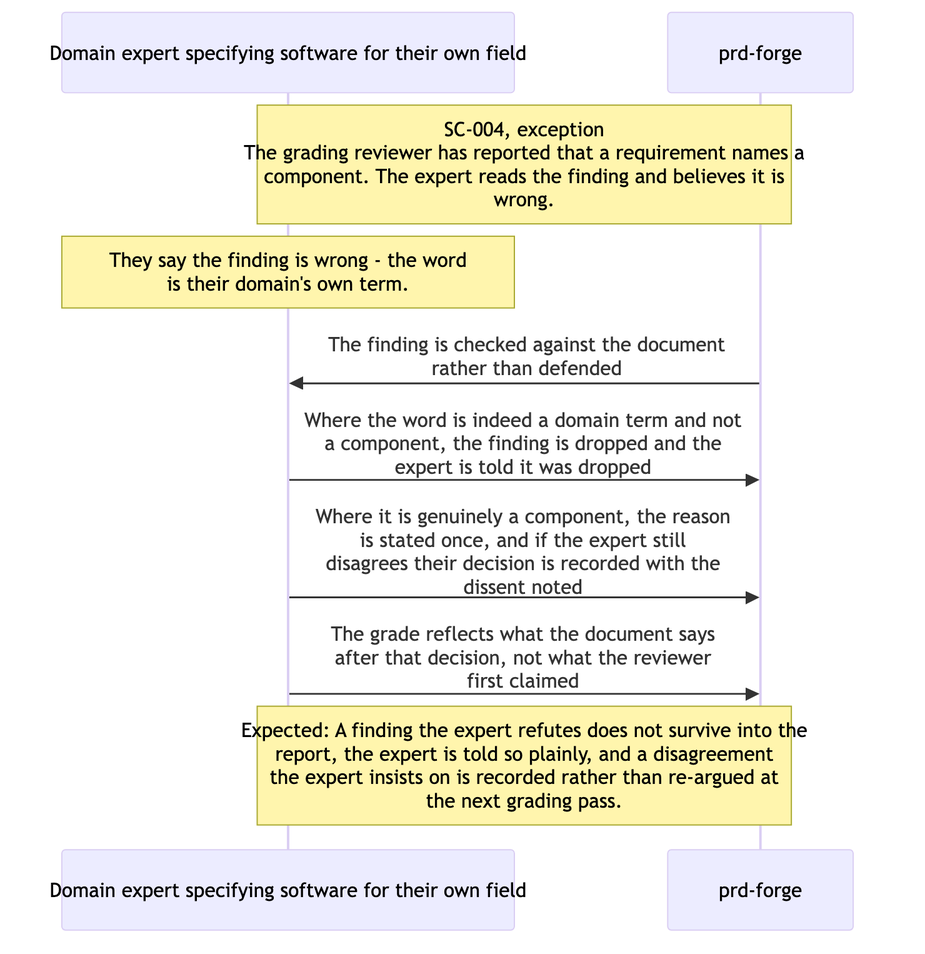
SpillwaveSolutions/prd-forge keeps this Mermaid diagram as docs/prd/prd-forge/diagrams/SC-004.png. Above is the earlier version. Its source is kept beside it as docs/prd/prd-forge/diagrams/SC-004.mmd.
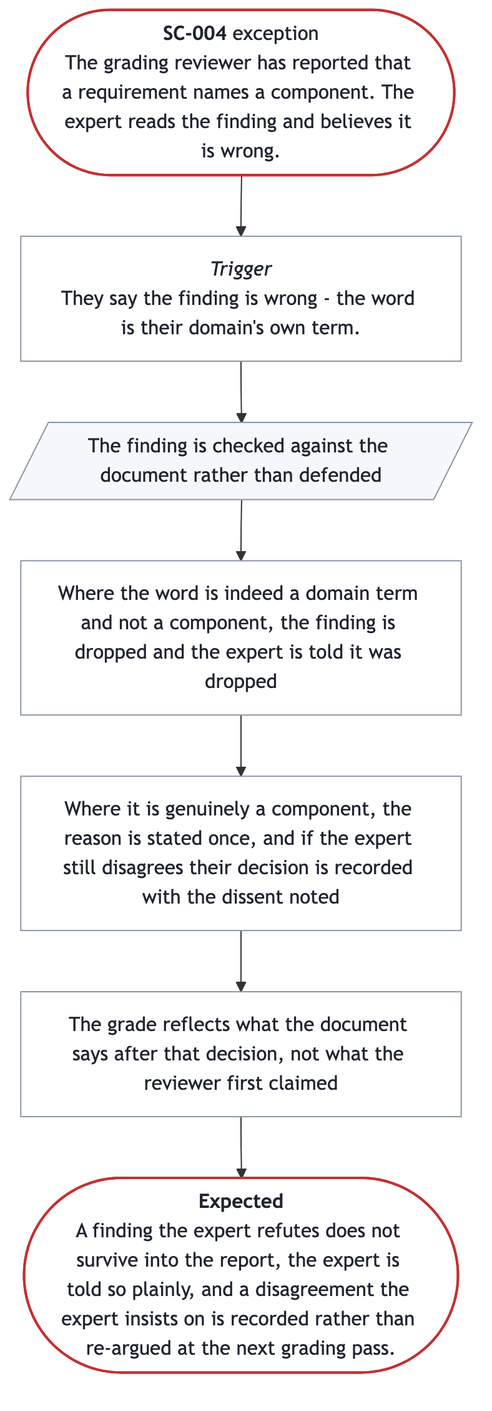
Later version of the same file.

Diff of the diagram source:
```diff
@@ -1,10 +1,19 @@
-sequenceDiagram
-  participant P as Domain expert specifying software for their own field
-  participant S as prd-forge
-  Note over P,S: SC-004, exception<br/>The grading reviewer has reported that a requirement names a<br/>component. The expert reads the finding and believes it is<br/>wrong.
-  Note over P: They say the finding is wrong - the word<br/>is their domain's own term.
-  S->>P: The finding is checked against the document<br/>rather than defended
-  P->>S: Where the word is indeed a domain term and not<br/>a component, the finding is dropped and the<br/>expert is told it was dropped
-  P->>S: Where it is genuinely a component, the reason<br/>is stated once, and if the expert still<br/>disagrees their decision is recorded with the<br/>dissent noted
-  P->>S: The grade reflects what the document says<br/>after that decision, not what the reviewer<br/>first claimed
-  Note over P,S: Expected: A finding the expert refutes does not survive into the<br/>report, the expert is told so plainly, and a disagreement<br/>the expert insists on is recorded rather than re-argued at<br/>the next grading pass.
+%%{init: {"flowchart": {"wrappingWidth": 300}}}%%
+flowchart TB
+  start(["<b>SC-004</b> exception<br/>The grading reviewer has reported that a requirement names a component. The expert reads the finding and believes it is wrong."])
+  trigger["<i>Trigger</i><br/>They say the finding is wrong - the word is their domain's own term."]
+  s0[/"The finding is checked against the document rather than defended"/]
+  s1["Where the word is indeed a domain term and not a component, the finding is dropped and the expert is told it was dropped"]
+  s2["Where it is genuinely a component, the reason is stated once, and if the expert still disagrees their decision is recorded with the dissent noted"]
+  s3["The grade reflects what the document says after that decision, not what the reviewer first claimed"]
+  done(["<b>Expected</b><br/>A finding the expert refutes does not survive into the report, the expert is told so plainly, and a disagreement the expert insists on is recorded rather than re-argued at the next grading pass."])
+  start --> trigger --> s0 --> s1 --> s2 --> s3 --> done
+  classDef ends fill:#FFFFFF,stroke:#C53030,stroke-width:2px,color:#1F2430
+  classDef sees fill:#F5F7FA,stroke:#8A94A6,color:#1F2430
+  classDef does fill:#FFFFFF,stroke:#8A94A6,color:#1F2430
+  class start,done ends
+  class s0 sees
+  class s1 does
+  class s2 does
+  class s3 does
+  class trigger does
```
